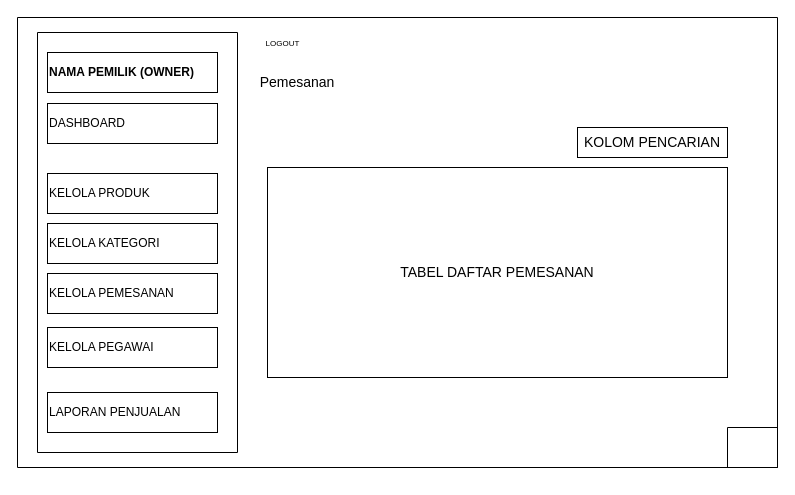
Earlier version of the draw.io diagram ADMIN PEGAWAI.drawio (royaldoy/diagramroy). Source tidied: cells renumbered, new cells numbered last; positions are measured from the earlier drawing's top-left corner, leaving out a move shared by most shapes. Both pictures are drawn from the tidied source at 100%, with x=0, y=0 at pixel (17, 17).
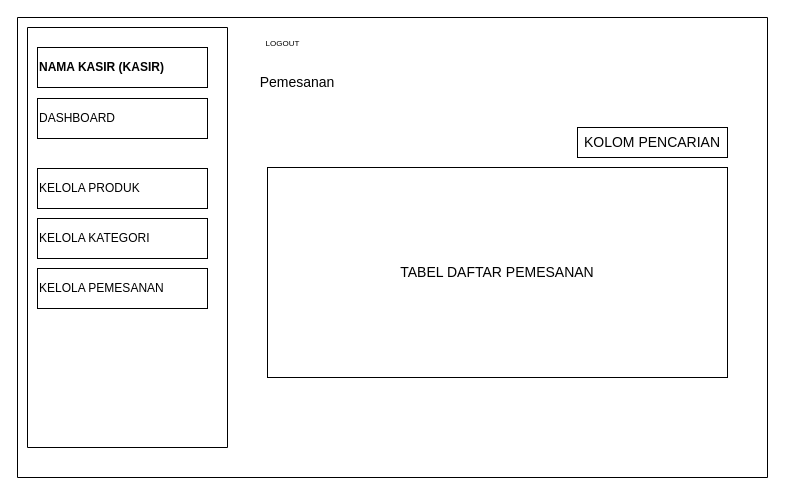
The same page after the edit.

The edit, as a diff of the source:
```diff
@@
 <mxGraphModel>
   <root>
     <mxCell id="0" />
     <mxCell id="1" parent="0" />
     <mxCell id="2" style="swimlane;startSize=0;" parent="1" vertex="1">
-      <mxGeometry width="760" height="450" as="geometry" />
+      <mxGeometry width="750" height="460" as="geometry" />
     </mxCell>
-    <mxCell id="3" style="swimlane;startSize=0;" parent="2" vertex="1" collapsed="1">
-      <mxGeometry x="710" y="410" width="50" height="40" as="geometry" />
-    </mxCell>
     <mxCell id="4" value="&lt;font style=&quot;font-size: 8px;&quot;&gt;LOGOUT&lt;/font&gt;" style="text;html=1;align=center;verticalAlign=middle;fillColor=none;strokeColor=none;rounded=0;" parent="2" vertex="1">
       <mxGeometry x="235" y="10" width="60" height="30" as="geometry" />
     </mxCell>
     <mxCell id="5" value="&lt;font style=&quot;font-size: 14px;&quot;&gt;TABEL DAFTAR PEMESANAN&lt;/font&gt;" style="rounded=0;whiteSpace=wrap;html=1;" parent="2" vertex="1">
       <mxGeometry x="250" y="150" width="460" height="210" as="geometry" />
     </mxCell>
     <mxCell id="6" value="KOLOM PENCARIAN" style="rounded=0;whiteSpace=wrap;html=1;fontSize=14;" parent="2" vertex="1">
       <mxGeometry x="560" y="110" width="150" height="30" as="geometry" />
     </mxCell>
-    <mxCell id="7" style="swimlane;startSize=0;" parent="2" vertex="1">
-      <mxGeometry x="20" y="15" width="200" height="420" as="geometry" />
-    </mxCell>
+    <mxCell id="15" value="Pemesanan" style="text;html=1;strokeColor=none;fillColor=none;align=center;verticalAlign=middle;whiteSpace=wrap;rounded=0;fontSize=14;" parent="2" vertex="1">
+      <mxGeometry x="250" y="50" width="60" height="30" as="geometry" />
+    </mxCell>
+    <mxCell id="16" style="swimlane;startSize=0;" parent="1" vertex="1">
+      <mxGeometry x="10" y="10" width="200" height="420" as="geometry" />
+    </mxCell>
-    <mxCell id="8" value="DASHBOARD" style="rounded=0;whiteSpace=wrap;html=1;align=left;" parent="7" vertex="1">
+    <mxCell id="8" value="DASHBOARD" style="rounded=0;whiteSpace=wrap;html=1;align=left;" parent="16" vertex="1">
       <mxGeometry x="10" y="71" width="170" height="40" as="geometry" />
     </mxCell>
-    <mxCell id="9" value="KELOLA PRODUK" style="rounded=0;whiteSpace=wrap;html=1;align=left;" parent="7" vertex="1">
+    <mxCell id="9" value="KELOLA PRODUK" style="rounded=0;whiteSpace=wrap;html=1;align=left;" parent="16" vertex="1">
       <mxGeometry x="10" y="141" width="170" height="40" as="geometry" />
     </mxCell>
-    <mxCell id="10" value="KELOLA KATEGORI" style="rounded=0;whiteSpace=wrap;html=1;align=left;" parent="7" vertex="1">
+    <mxCell id="10" value="KELOLA KATEGORI" style="rounded=0;whiteSpace=wrap;html=1;align=left;" parent="16" vertex="1">
       <mxGeometry x="10" y="191" width="170" height="40" as="geometry" />
     </mxCell>
-    <mxCell id="11" value="KELOLA PEMESANAN" style="rounded=0;whiteSpace=wrap;html=1;align=left;" parent="7" vertex="1">
+    <mxCell id="11" value="KELOLA PEMESANAN" style="rounded=0;whiteSpace=wrap;html=1;align=left;" parent="16" vertex="1">
       <mxGeometry x="10" y="241" width="170" height="40" as="geometry" />
     </mxCell>
-    <mxCell id="12" value="&lt;b&gt;NAMA PEMILIK (OWNER)&lt;/b&gt;" style="rounded=0;whiteSpace=wrap;html=1;align=left;" parent="7" vertex="1">
-      <mxGeometry x="10" y="20" width="170" height="40" as="geometry" />
-    </mxCell>
-    <mxCell id="13" value="LAPORAN PENJUALAN" style="rounded=0;whiteSpace=wrap;html=1;align=left;" parent="7" vertex="1">
-      <mxGeometry x="10" y="360" width="170" height="40" as="geometry" />
-    </mxCell>
-    <mxCell id="14" value="KELOLA PEGAWAI" style="rounded=0;whiteSpace=wrap;html=1;align=left;" parent="7" vertex="1">
-      <mxGeometry x="10" y="295" width="170" height="40" as="geometry" />
-    </mxCell>
-    <mxCell id="15" value="Pemesanan" style="text;html=1;strokeColor=none;fillColor=none;align=center;verticalAlign=middle;whiteSpace=wrap;rounded=0;fontSize=14;" parent="2" vertex="1">
-      <mxGeometry x="250" y="50" width="60" height="30" as="geometry" />
-    </mxCell>
+    <mxCell id="17" value="&lt;b&gt;NAMA KASIR (KASIR)&lt;/b&gt;" style="rounded=0;whiteSpace=wrap;html=1;align=left;" parent="16" vertex="1">
+      <mxGeometry x="10" y="20" width="170" height="40" as="geometry" />
+    </mxCell>
   </root>
 </mxGraphModel>
```
